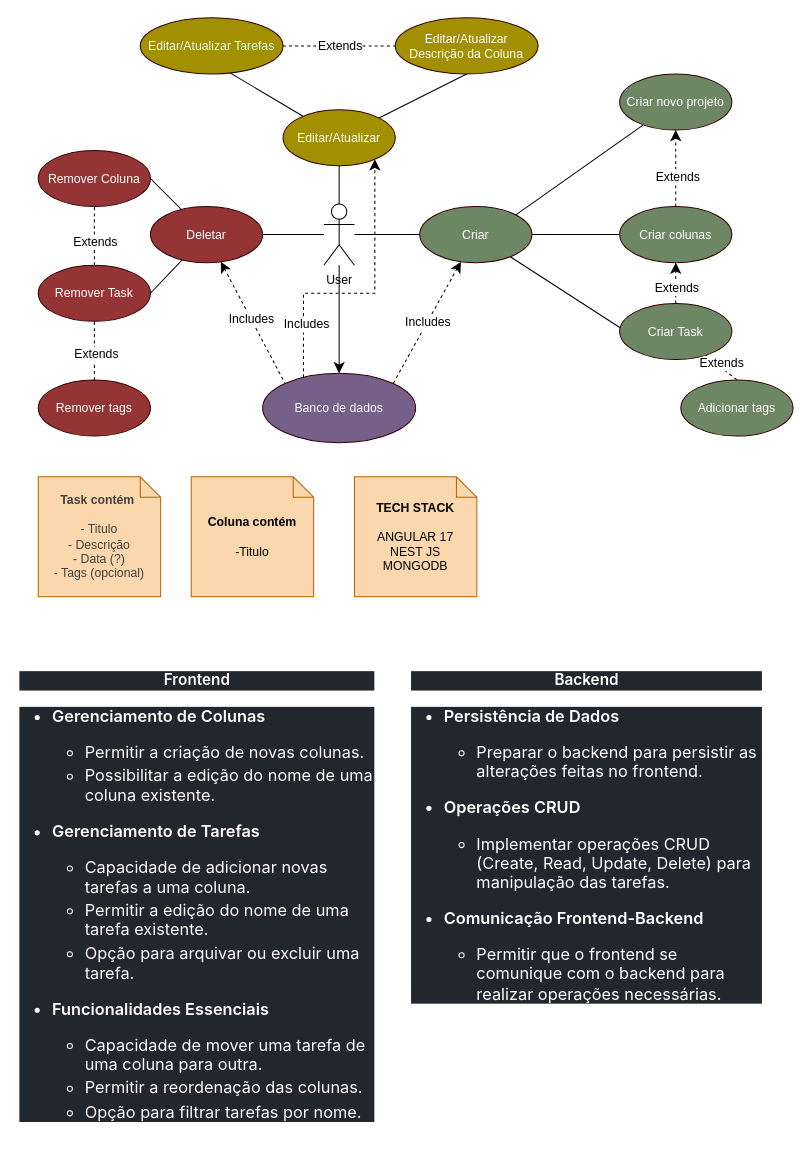
Before: packages/backend/use_case.drawio in FieldControl/valinor, a draw.io diagram. Source tidied: cells renumbered, new cells numbered last; positions are measured from the earlier drawing's top-left corner, leaving out a move shared by most shapes. Both pictures are drawn from the tidied source at 102%, with x=0, y=0 at pixel (17, 17).
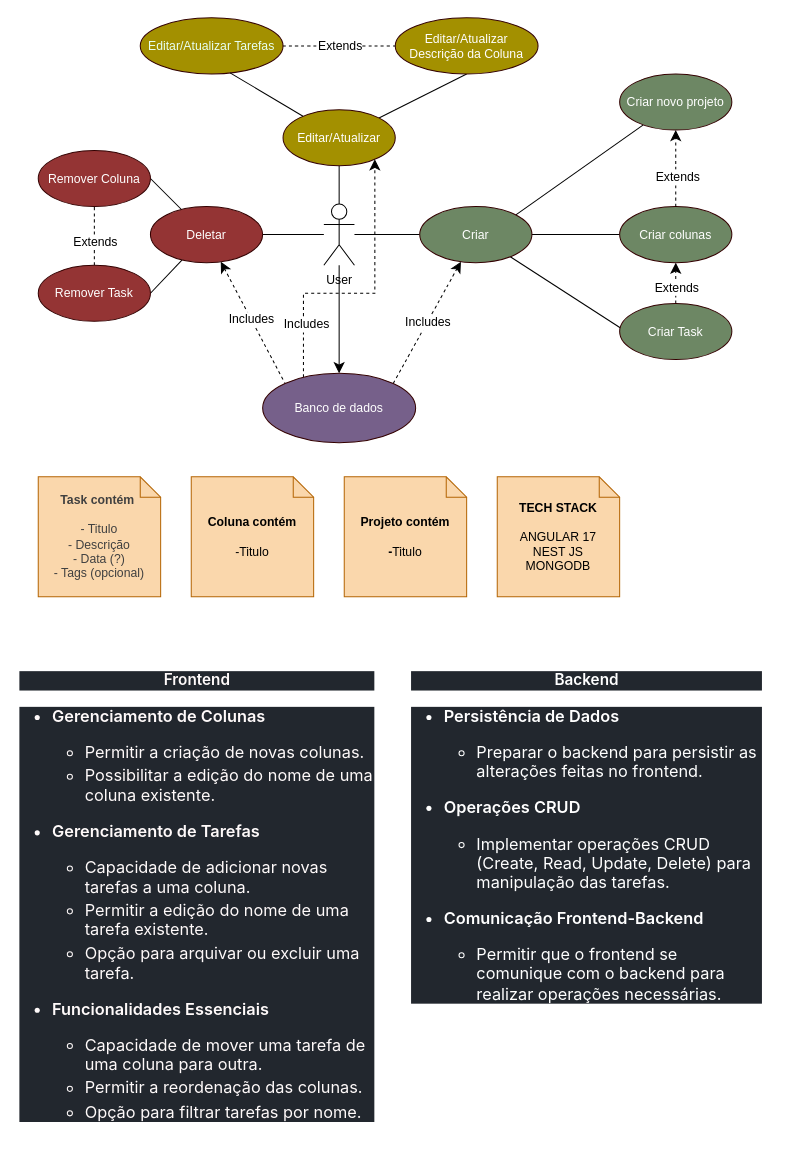
The same page after the edit.

Commit message:
docs: update use case diagram

The change refers to these unchanged cells:
```xml
<mxCell id="14" value="Criar Task" style="ellipse;whiteSpace=wrap;html=1;fillColor=#6d8764;strokeColor=#330000;fontColor=#ffffff;" parent="1" vertex="1">
  <mxGeometry x="590" y="280" width="110" height="55" as="geometry" />
</mxCell>
<mxCell id="36" value="Remover Task" style="ellipse;whiteSpace=wrap;html=1;fillColor=#943434;strokeColor=#330000;fontColor=#ffffff;" parent="1" vertex="1">
  <mxGeometry x="20" y="242.5" width="110" height="55" as="geometry" />
</mxCell>
```

Change to the diagram source:
```diff
@@
-    <mxCell id="12" style="edgeStyle=none;curved=1;rounded=0;jettySize=auto;html=1;entryX=0.5;entryY=0;entryDx=0;entryDy=0;fontSize=12;startSize=8;endSize=8;endArrow=none;endFill=0;dashed=1;" parent="1" edge="1" source="14" target="38">
-      <mxGeometry relative="1" as="geometry" />
-    </mxCell>
-    <mxCell id="13" value="Extends" style="edgeLabel;html=1;align=center;verticalAlign=middle;fontSize=12;" parent="12" vertex="1">
-      <mxGeometry x="-0.11" y="3" relative="1" as="geometry" />
-    </mxCell>
@@
-    <mxCell id="38" value="Adicionar tags" style="ellipse;whiteSpace=wrap;html=1;fillColor=#6d8764;strokeColor=#330000;fontColor=#ffffff;" parent="1" vertex="1">
-      <mxGeometry x="650" y="355" width="110" height="55" as="geometry" />
-    </mxCell>
@@
-    <mxCell id="42" style="edgeStyle=none;curved=1;rounded=0;jettySize=auto;html=1;entryX=0.5;entryY=1;entryDx=0;entryDy=0;fontSize=12;startSize=8;endSize=8;endArrow=none;endFill=0;dashed=1;" parent="1" edge="1" source="44" target="36">
-      <mxGeometry relative="1" as="geometry" />
-    </mxCell>
-    <mxCell id="43" value="Extends" style="edgeLabel;html=1;align=center;verticalAlign=middle;fontSize=12;" parent="42" vertex="1">
-      <mxGeometry x="-0.07" y="-1" relative="1" as="geometry">
-        <mxPoint y="1" as="offset" />
-      </mxGeometry>
-    </mxCell>
-    <mxCell id="44" value="Remover tags" style="ellipse;whiteSpace=wrap;html=1;fillColor=#943434;strokeColor=#330000;fontColor=#ffffff;" parent="1" vertex="1">
-      <mxGeometry x="20" y="355" width="110" height="55" as="geometry" />
-    </mxCell>
@@
     <mxCell id="47" value="&lt;b&gt;TECH STACK&lt;br&gt;&lt;/b&gt;&lt;br&gt;ANGULAR 17&lt;br&gt;NEST JS&lt;br&gt;MONGODB" style="shape=note;size=20;whiteSpace=wrap;html=1;fillColor=#fad7ac;strokeColor=#b46504;" parent="1" vertex="1">
-      <mxGeometry x="330" y="450" width="120" height="117.5" as="geometry" />
+      <mxGeometry x="470" y="450" width="120" height="117.5" as="geometry" />
     </mxCell>
@@
+    <mxCell id="50" value="&lt;b&gt;Projeto contém&lt;br&gt;&lt;br&gt;-&lt;/b&gt;Titulo" style="shape=note;size=20;whiteSpace=wrap;html=1;fillColor=#fad7ac;strokeColor=#b46504;" parent="1" vertex="1">
+      <mxGeometry x="320" y="450" width="120" height="117.5" as="geometry" />
+    </mxCell>
```
